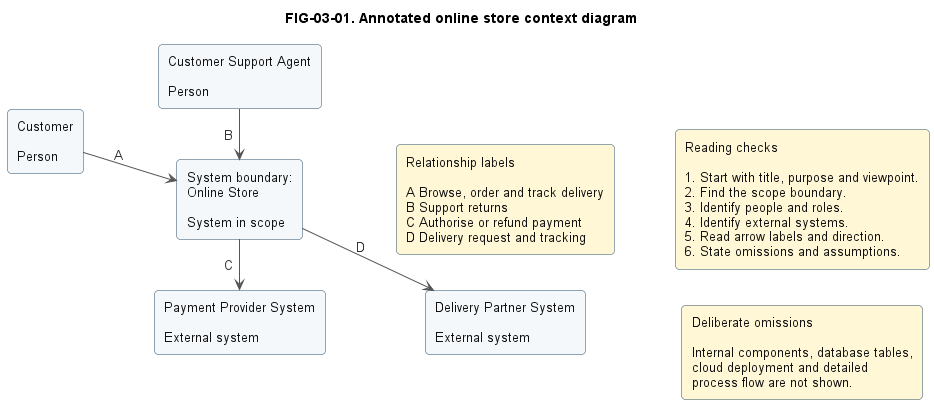
The PlantUML diagram diagrams/exported/png/FIG-03-01-annotated-online-store-context.png in nishikanttiwari01/Architecture_Modelling, before a commit.
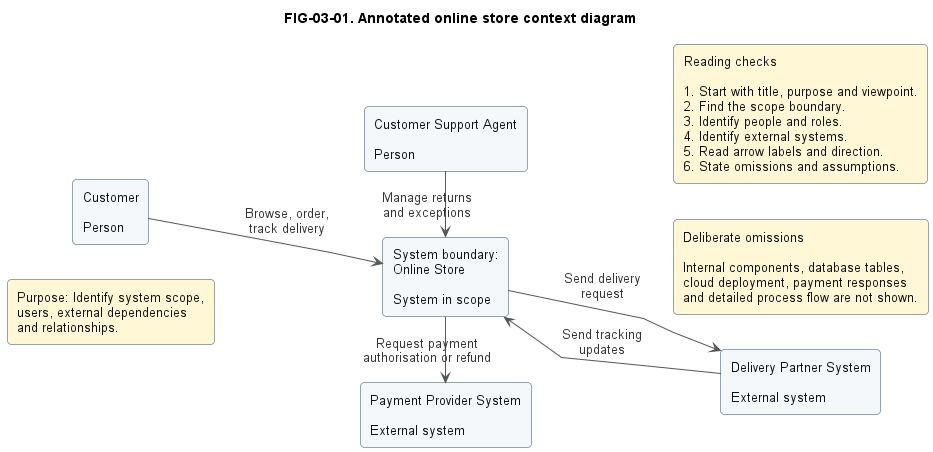
The same file after the commit.

Change to the diagram source:
```diff
@@ -31,6 +31,8 @@
 rectangle "Customer\n\nPerson" as customer
 rectangle "Customer Support Agent\n\nPerson" as support
 
+rectangle "Purpose: Identify system scope,\nusers, external dependencies\nand relationships." as purpose #FFF7D6
+
 rectangle "System boundary:\nOnline Store\n\nSystem in scope" as store
 
 rectangle "Payment Provider System\n\nExternal system" as payment
@@ -40,20 +42,19 @@
 payment -[hidden]down-> delivery
 customer -[hidden]right-> store
 store -[hidden]right-> payment
+purpose -[hidden]down-> store
 
-customer -right-> store : A
-support -right-> store : B
-store -right-> payment : C
-store -right-> delivery : D
-
-rectangle "Relationship labels\n\nA Browse, order and track delivery\nB Support returns\nC Authorise or refund payment\nD Delivery request and tracking" as relationships #FFF7D6
+customer -right-> store : Browse, order,\ntrack delivery
+support -right-> store : Manage returns\nand exceptions
+store -right-> payment : Request payment\nauthorisation or refund
+store -right-> delivery : Send delivery\nrequest
+delivery -left-> store : Send tracking\nupdates
 
 rectangle "Reading checks\n\n1. Start with title, purpose and viewpoint.\n2. Find the scope boundary.\n3. Identify people and roles.\n4. Identify external systems.\n5. Read arrow labels and direction.\n6. State omissions and assumptions." as checks #FFF7D6
 
-rectangle "Deliberate omissions\n\nInternal components, database tables,\ncloud deployment and detailed\nprocess flow are not shown." as omissions #FFF7D6
+rectangle "Deliberate omissions\n\nInternal components, database tables,\ncloud deployment, payment responses\nand detailed process flow are not shown." as omissions #FFF7D6
 
-store -[hidden]down-> relationships
-relationships -[hidden]down-> checks
+store -[hidden]down-> checks
 checks -[hidden]right-> omissions
 
 @enduml
```
